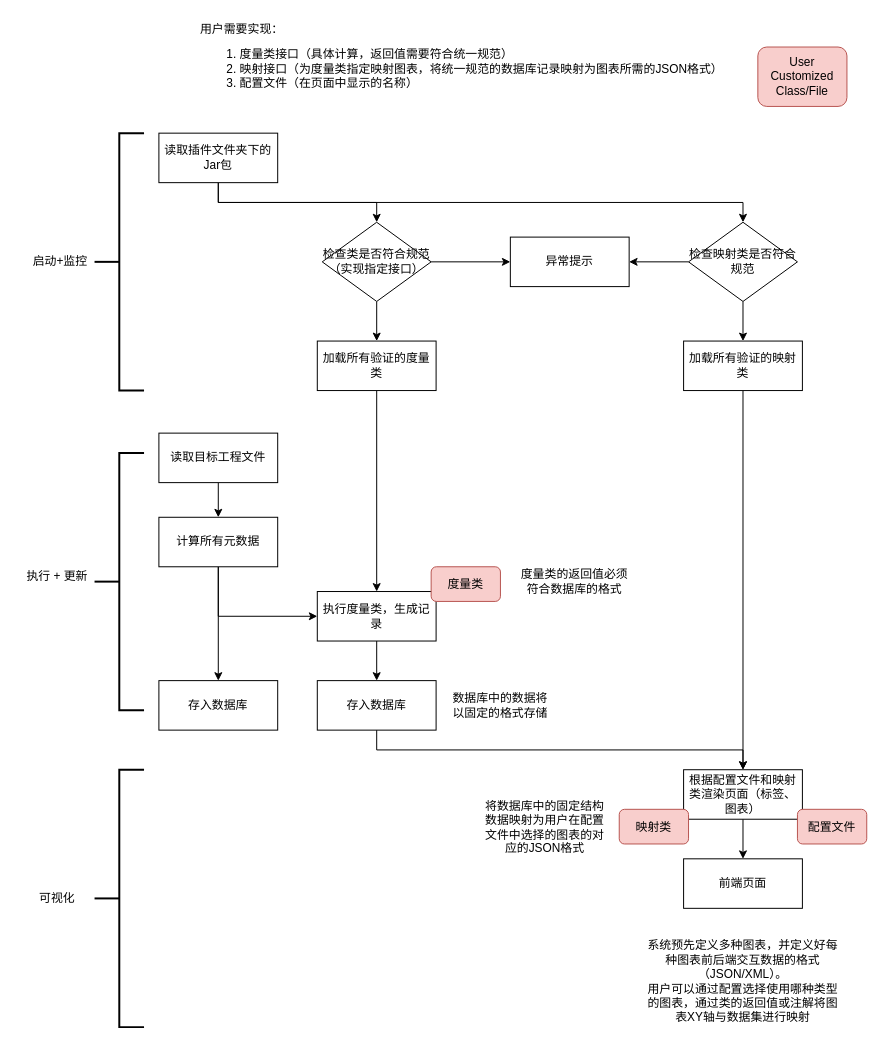
Above: page "草稿" (2 of 2) of design/Flowchart.drawio in liaoooyx/t4m (draw.io), before the change. Source tidied: cells renumbered, new cells numbered last; positions are measured from the earlier drawing's top-left corner, leaving out a move shared by most shapes. Both pictures are drawn from the tidied source at 99%, with x=0, y=0 at pixel (17, 17).
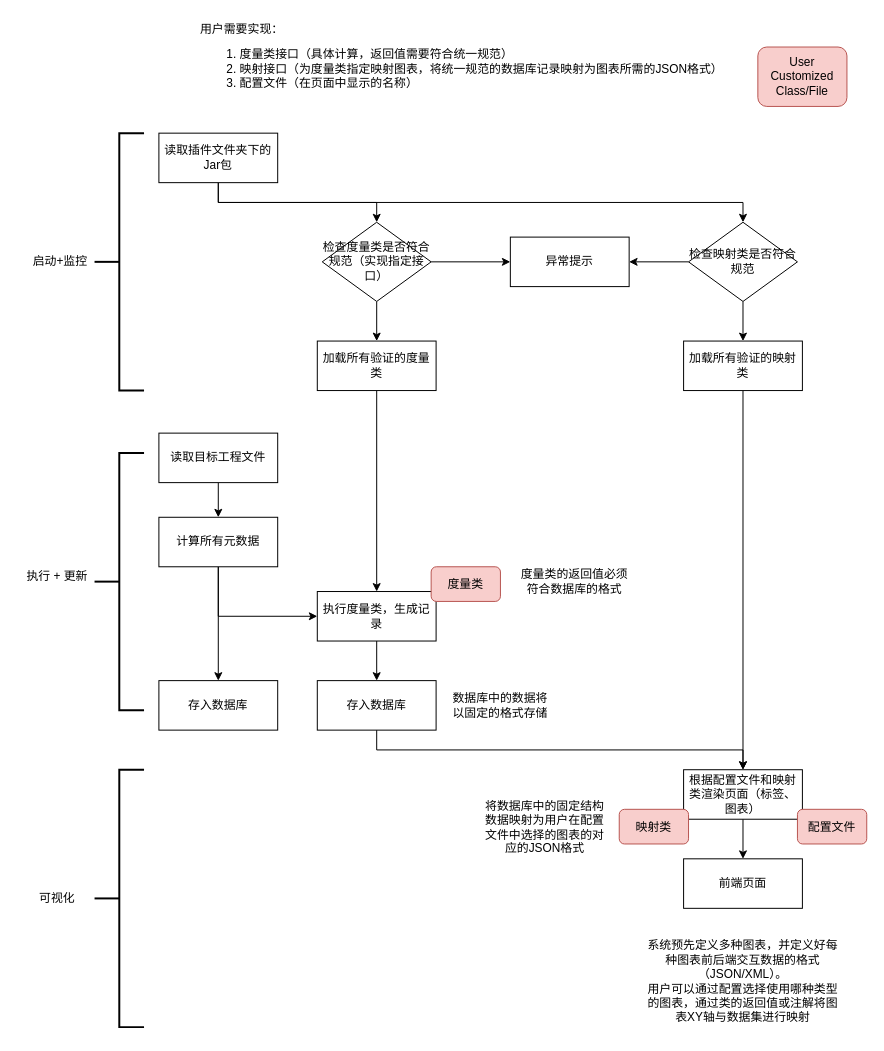
After the change.

What changed in the source:
```diff
@@
-    <mxCell id="7" value="检查类是否符合规范（实现指定接口）" style="rhombus;whiteSpace=wrap;html=1;" parent="1" vertex="1">
+    <mxCell id="7" value="检查度量类是否符合规范（实现指定接口）" style="rhombus;whiteSpace=wrap;html=1;" parent="1" vertex="1">
       <mxGeometry x="308" y="207" width="110" height="80" as="geometry" />
     </mxCell>
```
